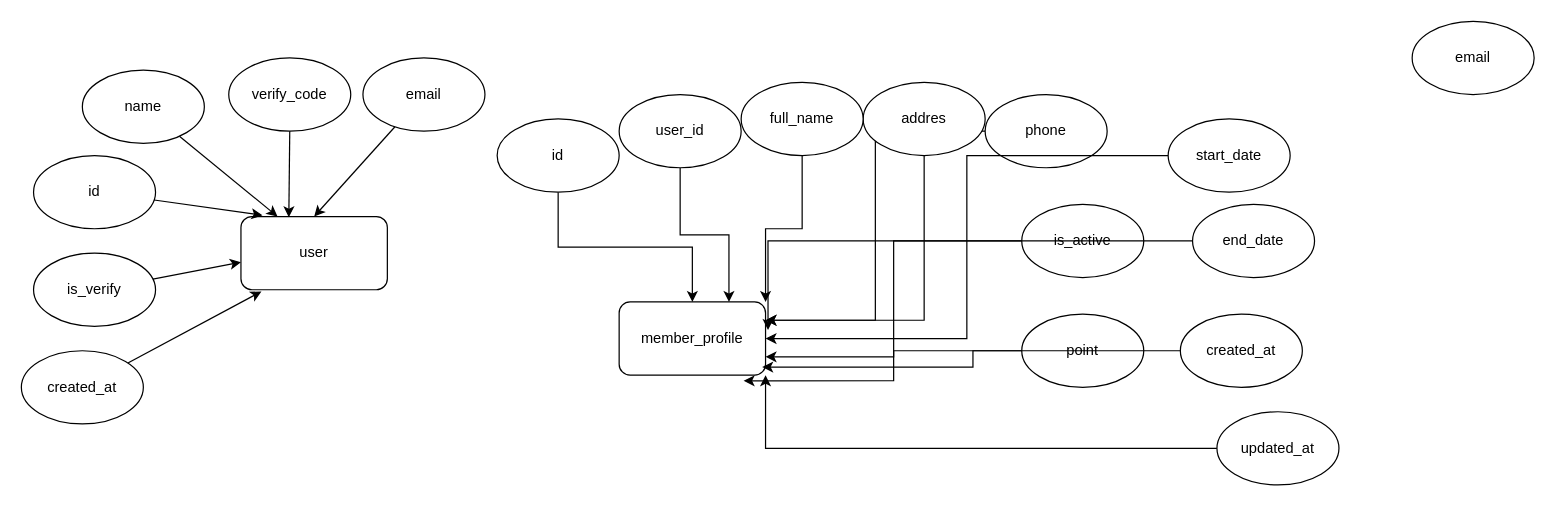
Earlier version of the draw.io diagram Diagram Tanpa Judul.drawio (bayudani/Backend_gym). Source tidied: cells renumbered, new cells numbered last; positions are measured from the earlier drawing's top-left corner, leaving out a move shared by most shapes. Both pictures are drawn from the tidied source at 122%, with x=0, y=0 at pixel (21, 21).
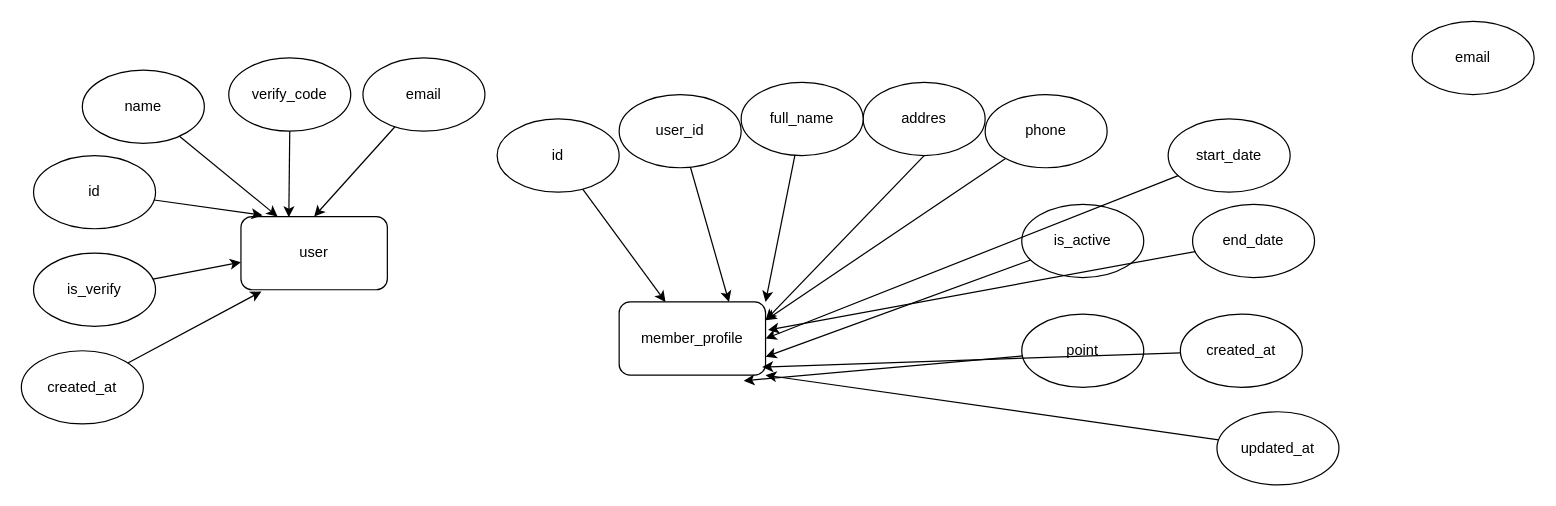
The same diagram, later.

Unchanged cells that the change refers to:
```xml
<mxCell id="15" value="member_profile" style="rounded=1;whiteSpace=wrap;html=1;" parent="1" vertex="1">
  <mxGeometry x="490" y="230" width="120" height="60" as="geometry" />
</mxCell>
<mxCell id="17" value="user_id" style="ellipse;whiteSpace=wrap;html=1;" parent="1" vertex="1">
  <mxGeometry x="490" y="60" width="100" height="60" as="geometry" />
</mxCell>
<mxCell id="19" value="is_active" style="ellipse;whiteSpace=wrap;html=1;" parent="1" vertex="1">
  <mxGeometry x="820" y="150" width="100" height="60" as="geometry" />
</mxCell>
<mxCell id="21" value="id" style="ellipse;whiteSpace=wrap;html=1;" parent="1" vertex="1">
  <mxGeometry x="390" y="80" width="100" height="60" as="geometry" />
</mxCell>
<mxCell id="23" value="phone" style="ellipse;whiteSpace=wrap;html=1;" parent="1" vertex="1">
  <mxGeometry x="790" y="60" width="100" height="60" as="geometry" />
</mxCell>
<mxCell id="25" value="addres" style="ellipse;whiteSpace=wrap;html=1;" parent="1" vertex="1">
  <mxGeometry x="690" y="50" width="100" height="60" as="geometry" />
</mxCell>
<mxCell id="27" value="full_name" style="ellipse;whiteSpace=wrap;html=1;" parent="1" vertex="1">
  <mxGeometry x="590" y="50" width="100" height="60" as="geometry" />
</mxCell>
<mxCell id="30" value="updated_at" style="ellipse;whiteSpace=wrap;html=1;" parent="1" vertex="1">
  <mxGeometry x="980" y="320" width="100" height="60" as="geometry" />
</mxCell>
<mxCell id="31" value="created_at" style="ellipse;whiteSpace=wrap;html=1;" parent="1" vertex="1">
  <mxGeometry x="950" y="240" width="100" height="60" as="geometry" />
</mxCell>
<mxCell id="32" value="end_date" style="ellipse;whiteSpace=wrap;html=1;" parent="1" vertex="1">
  <mxGeometry x="960" y="150" width="100" height="60" as="geometry" />
</mxCell>
<mxCell id="34" value="start_date" style="ellipse;whiteSpace=wrap;html=1;" parent="1" vertex="1">
  <mxGeometry x="940" y="80" width="100" height="60" as="geometry" />
</mxCell>
<mxCell id="35" value="point" style="ellipse;whiteSpace=wrap;html=1;" parent="1" vertex="1">
  <mxGeometry x="820" y="240" width="100" height="60" as="geometry" />
</mxCell>
```

The edit, as a diff of the source:
```diff
@@
-    <mxCell id="16" style="edgeStyle=orthogonalEdgeStyle;rounded=0;jettySize=auto;html=1;entryX=0.75;entryY=0;entryDx=0;entryDy=0;" parent="1" edge="1" source="17" target="15">
+    <mxCell id="16" style="rounded=0;jettySize=auto;html=1;entryX=0.75;entryY=0;entryDx=0;entryDy=0;" parent="1" edge="1" source="17" target="15">
       <mxGeometry relative="1" as="geometry" />
     </mxCell>
@@
-    <mxCell id="18" style="edgeStyle=orthogonalEdgeStyle;rounded=0;jettySize=auto;html=1;entryX=1;entryY=0.75;entryDx=0;entryDy=0;" parent="1" edge="1" source="19" target="15">
+    <mxCell id="18" style="rounded=0;jettySize=auto;html=1;entryX=1;entryY=0.75;entryDx=0;entryDy=0;" parent="1" edge="1" source="19" target="15">
       <mxGeometry relative="1" as="geometry" />
     </mxCell>
@@
-    <mxCell id="20" style="edgeStyle=orthogonalEdgeStyle;rounded=0;jettySize=auto;html=1;" parent="1" edge="1" source="21" target="15">
+    <mxCell id="20" style="rounded=0;jettySize=auto;html=1;" parent="1" edge="1" source="21" target="15">
       <mxGeometry relative="1" as="geometry" />
     </mxCell>
@@
-    <mxCell id="22" style="edgeStyle=orthogonalEdgeStyle;rounded=0;jettySize=auto;html=1;entryX=1;entryY=0.25;entryDx=0;entryDy=0;" parent="1" edge="1" source="23" target="15">
+    <mxCell id="22" style="rounded=0;jettySize=auto;html=1;entryX=1;entryY=0.25;entryDx=0;entryDy=0;" parent="1" edge="1" source="23" target="15">
       <mxGeometry relative="1" as="geometry" />
     </mxCell>
@@
-    <mxCell id="24" style="edgeStyle=orthogonalEdgeStyle;rounded=0;jettySize=auto;html=1;entryX=1;entryY=0.25;entryDx=0;entryDy=0;exitX=0.5;exitY=1;exitDx=0;exitDy=0;" parent="1" edge="1" source="25" target="15">
-      <mxGeometry relative="1" as="geometry">
-        <Array as="points">
-          <mxPoint x="740" y="245" />
-        </Array>
-      </mxGeometry>
+    <mxCell id="24" style="rounded=0;jettySize=auto;html=1;entryX=1;entryY=0.25;entryDx=0;entryDy=0;exitX=0.5;exitY=1;exitDx=0;exitDy=0;" parent="1" edge="1" source="25" target="15">
+      <mxGeometry relative="1" as="geometry" />
     </mxCell>
@@
-    <mxCell id="26" style="edgeStyle=orthogonalEdgeStyle;rounded=0;jettySize=auto;html=1;entryX=1;entryY=0;entryDx=0;entryDy=0;" parent="1" edge="1" source="27" target="15">
+    <mxCell id="26" style="rounded=0;jettySize=auto;html=1;entryX=1;entryY=0;entryDx=0;entryDy=0;" parent="1" edge="1" source="27" target="15">
       <mxGeometry relative="1" as="geometry" />
     </mxCell>
@@
-    <mxCell id="29" style="edgeStyle=orthogonalEdgeStyle;rounded=0;jettySize=auto;html=1;entryX=1;entryY=1;entryDx=0;entryDy=0;" parent="1" edge="1" source="30" target="15">
+    <mxCell id="29" style="rounded=0;jettySize=auto;html=1;entryX=1;entryY=1;entryDx=0;entryDy=0;" parent="1" edge="1" source="30" target="15">
       <mxGeometry relative="1" as="geometry" />
     </mxCell>
@@
-    <mxCell id="33" style="edgeStyle=orthogonalEdgeStyle;rounded=0;jettySize=auto;html=1;entryX=1;entryY=0.5;entryDx=0;entryDy=0;" parent="1" edge="1" source="34" target="15">
+    <mxCell id="33" style="rounded=0;jettySize=auto;html=1;entryX=1;entryY=0.5;entryDx=0;entryDy=0;" parent="1" edge="1" source="34" target="15">
       <mxGeometry relative="1" as="geometry" />
     </mxCell>
@@
-    <mxCell id="36" style="edgeStyle=orthogonalEdgeStyle;rounded=0;jettySize=auto;html=1;entryX=0.85;entryY=1.077;entryDx=0;entryDy=0;entryPerimeter=0;" parent="1" edge="1" source="35" target="15">
+    <mxCell id="36" style="rounded=0;jettySize=auto;html=1;entryX=0.85;entryY=1.077;entryDx=0;entryDy=0;entryPerimeter=0;" parent="1" edge="1" source="35" target="15">
       <mxGeometry relative="1" as="geometry" />
     </mxCell>
-    <mxCell id="37" style="edgeStyle=orthogonalEdgeStyle;rounded=0;jettySize=auto;html=1;entryX=1.017;entryY=0.383;entryDx=0;entryDy=0;entryPerimeter=0;" parent="1" edge="1" source="32" target="15">
+    <mxCell id="37" style="rounded=0;jettySize=auto;html=1;entryX=1.017;entryY=0.383;entryDx=0;entryDy=0;entryPerimeter=0;" parent="1" edge="1" source="32" target="15">
       <mxGeometry relative="1" as="geometry" />
     </mxCell>
-    <mxCell id="38" style="edgeStyle=orthogonalEdgeStyle;rounded=0;jettySize=auto;html=1;entryX=0.977;entryY=0.89;entryDx=0;entryDy=0;entryPerimeter=0;" parent="1" edge="1" source="31" target="15">
+    <mxCell id="38" style="rounded=0;jettySize=auto;html=1;entryX=0.977;entryY=0.89;entryDx=0;entryDy=0;entryPerimeter=0;" parent="1" edge="1" source="31" target="15">
       <mxGeometry relative="1" as="geometry" />
     </mxCell>
```
